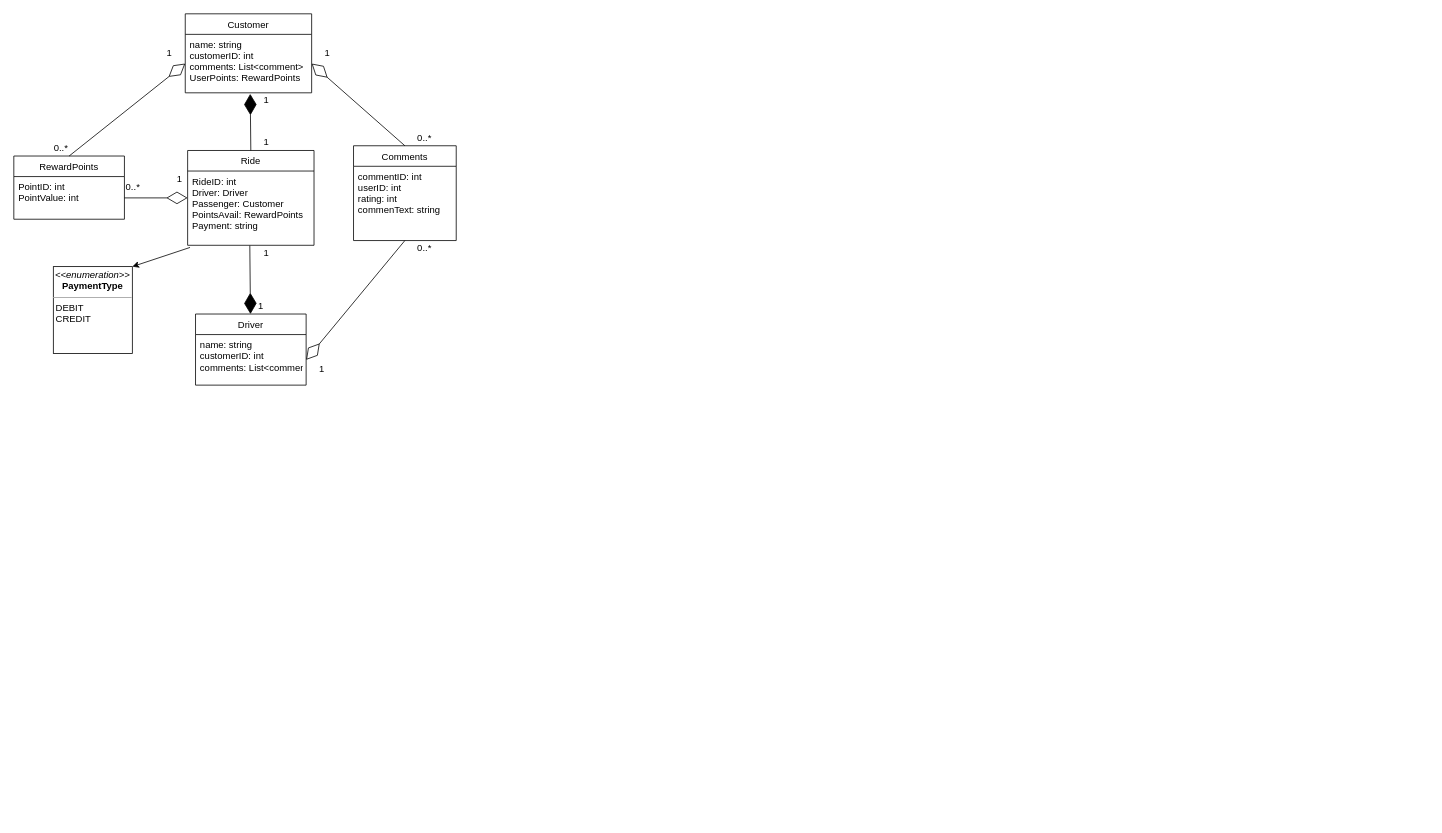
Earlier version of the draw.io diagram Credit6bDP1.drawio (LastMinuteBanter/DistinctionTaskUML). Source tidied: cells renumbered, new cells numbered last; positions are measured from the earlier drawing's top-left corner, leaving out a move shared by most shapes. Both pictures are drawn from the tidied source at 79%, with x=0, y=0 at pixel (13, 13).
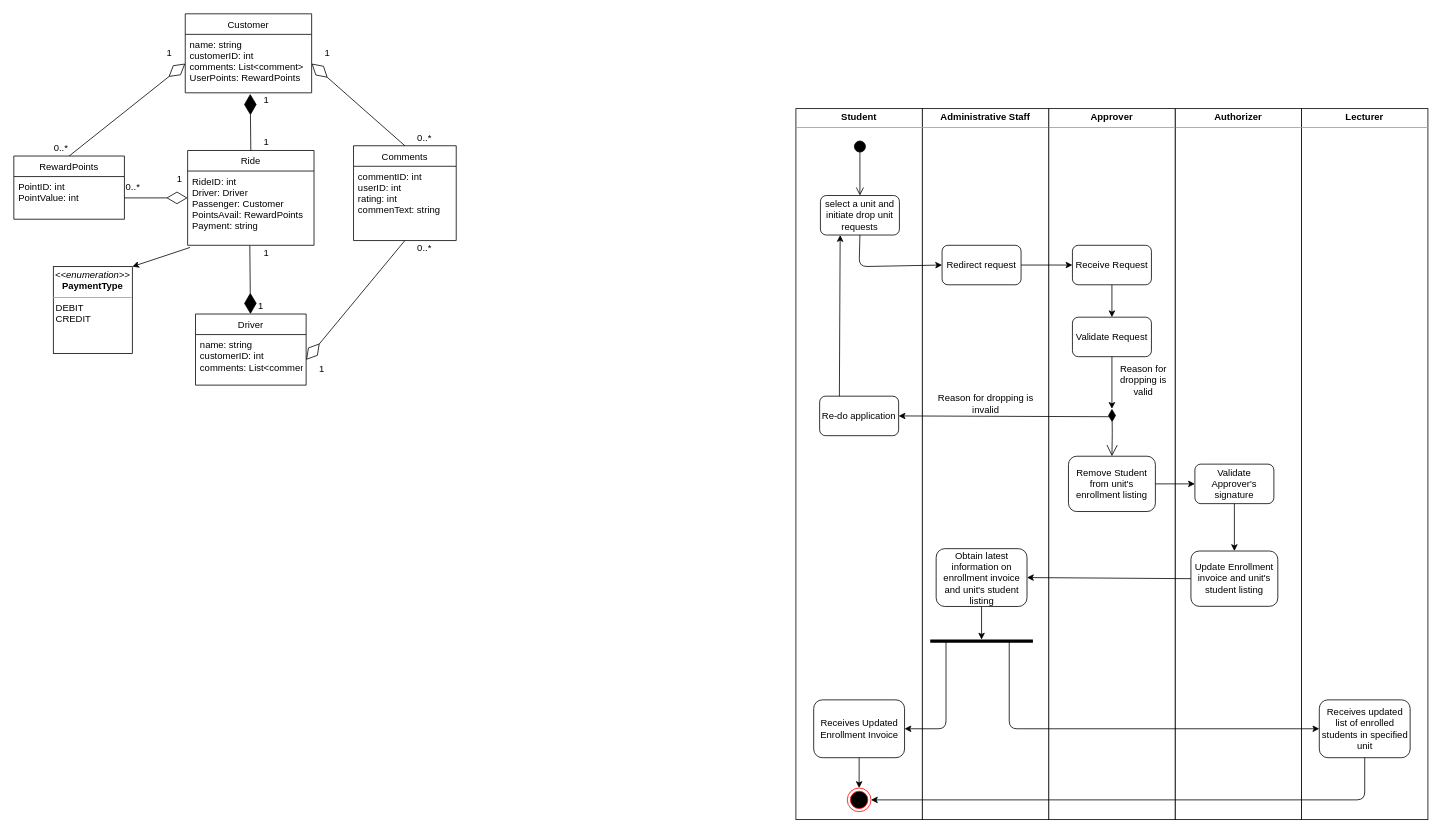
Above is the later version.

The edit, as a diff of the source:
```diff
@@
+    <mxCell id="32" value="&lt;p style=&quot;margin: 0px ; margin-top: 4px ; text-align: center&quot;&gt;&lt;b&gt;Authorizer&lt;/b&gt;&lt;br&gt;&lt;/p&gt;&lt;hr size=&quot;1&quot;&gt;&lt;div style=&quot;height: 2px&quot;&gt;&lt;/div&gt;" style="verticalAlign=top;align=left;overflow=fill;fontSize=12;fontFamily=Helvetica;html=1;" parent="1" vertex="1">
+      <mxGeometry x="1470" y="120" width="160" height="900" as="geometry" />
+    </mxCell>
+    <mxCell id="33" value="&lt;p style=&quot;margin: 0px ; margin-top: 4px ; text-align: center&quot;&gt;&lt;b&gt;Approver&lt;/b&gt;&lt;/p&gt;&lt;hr size=&quot;1&quot;&gt;&lt;div style=&quot;height: 2px&quot;&gt;&lt;/div&gt;" style="verticalAlign=top;align=left;overflow=fill;fontSize=12;fontFamily=Helvetica;html=1;" parent="1" vertex="1">
+      <mxGeometry x="1310" y="120" width="160" height="900" as="geometry" />
+    </mxCell>
+    <mxCell id="34" value="&lt;p style=&quot;margin: 0px ; margin-top: 4px ; text-align: center&quot;&gt;&lt;b&gt;Student&lt;/b&gt;&lt;br&gt;&lt;/p&gt;&lt;hr size=&quot;1&quot;&gt;&lt;div style=&quot;height: 2px&quot;&gt;&lt;/div&gt;" style="verticalAlign=top;align=left;overflow=fill;fontSize=12;fontFamily=Helvetica;html=1;" parent="1" vertex="1">
+      <mxGeometry x="990" y="120" width="160" height="900" as="geometry" />
+    </mxCell>
+    <mxCell id="35" value="&lt;p style=&quot;margin: 0px ; margin-top: 4px ; text-align: center&quot;&gt;&lt;b&gt;Administrative Staff&lt;/b&gt;&lt;/p&gt;&lt;hr size=&quot;1&quot;&gt;&lt;div style=&quot;height: 2px&quot;&gt;&lt;/div&gt;" style="verticalAlign=top;align=left;overflow=fill;fontSize=12;fontFamily=Helvetica;html=1;" parent="1" vertex="1">
+      <mxGeometry x="1150" y="120" width="160" height="900" as="geometry" />
+    </mxCell>
+    <mxCell id="36" style="html=1;verticalAlign=bottom;startArrow=circle;startFill=1;endArrow=open;startSize=6;endSize=8;" parent="1" edge="1">
+      <mxGeometry relative="1" as="geometry">
+        <mxPoint x="1071" y="160" as="sourcePoint" />
+        <mxPoint x="1071" y="230" as="targetPoint" />
+      </mxGeometry>
+    </mxCell>
+    <mxCell id="37" value="&lt;span&gt;select a unit and initiate drop unit requests&lt;/span&gt;" style="rounded=1;whiteSpace=wrap;html=1;" parent="1" vertex="1">
+      <mxGeometry x="1021" y="230" width="100" height="50" as="geometry" />
+    </mxCell>
+    <mxCell id="38" style="endArrow=classic;html=1;exitX=0.5;exitY=1;exitDx=0;exitDy=0;entryX=0;entryY=0.5;entryDx=0;entryDy=0;" parent="1" edge="1" source="37" target="39">
+      <mxGeometry relative="1" as="geometry">
+        <Array as="points">
+          <mxPoint x="1070" y="320" />
+        </Array>
+      </mxGeometry>
+    </mxCell>
+    <mxCell id="39" value="Redirect request" style="rounded=1;whiteSpace=wrap;html=1;" parent="1" vertex="1">
+      <mxGeometry x="1175" y="293" width="100" height="50" as="geometry" />
+    </mxCell>
+    <mxCell id="40" value="Receive Request" style="rounded=1;whiteSpace=wrap;html=1;" parent="1" vertex="1">
+      <mxGeometry x="1340" y="293" width="100" height="50" as="geometry" />
+    </mxCell>
+    <mxCell id="41" value="Validate Request" style="rounded=1;whiteSpace=wrap;html=1;" parent="1" vertex="1">
+      <mxGeometry x="1340" y="384" width="100" height="50" as="geometry" />
+    </mxCell>
+    <mxCell id="42" value="&lt;p style=&quot;margin: 0px ; margin-top: 4px ; text-align: center&quot;&gt;&lt;b&gt;Lecturer&lt;/b&gt;&lt;/p&gt;&lt;hr size=&quot;1&quot;&gt;&lt;div style=&quot;height: 2px&quot;&gt;&lt;/div&gt;" style="verticalAlign=top;align=left;overflow=fill;fontSize=12;fontFamily=Helvetica;html=1;" parent="1" vertex="1">
+      <mxGeometry x="1630" y="120" width="160" height="900" as="geometry" />
+    </mxCell>
+    <mxCell id="43" value="Remove Student from unit's enrollment listing" style="rounded=1;whiteSpace=wrap;html=1;" parent="1" vertex="1">
+      <mxGeometry x="1335" y="560" width="110" height="70" as="geometry" />
+    </mxCell>
+    <mxCell id="44" value="Validate Approver's signature" style="rounded=1;whiteSpace=wrap;html=1;" parent="1" vertex="1">
+      <mxGeometry x="1495" y="570" width="100" height="50" as="geometry" />
+    </mxCell>
+    <mxCell id="45" value="Update Enrollment invoice and unit's student listing " style="rounded=1;whiteSpace=wrap;html=1;" parent="1" vertex="1">
+      <mxGeometry x="1490" y="680" width="110" height="70" as="geometry" />
+    </mxCell>
+    <mxCell id="46" style="endArrow=classic;html=1;exitX=1;exitY=0.5;exitDx=0;exitDy=0;entryX=0;entryY=0.5;entryDx=0;entryDy=0;" parent="1" edge="1" source="39" target="40">
+      <mxGeometry relative="1" as="geometry" />
+    </mxCell>
+    <mxCell id="47" style="endArrow=classic;html=1;exitX=0.5;exitY=1;exitDx=0;exitDy=0;entryX=0.5;entryY=0;entryDx=0;entryDy=0;" parent="1" edge="1" source="40" target="41">
+      <mxGeometry relative="1" as="geometry" />
+    </mxCell>
+    <mxCell id="48" style="endArrow=classic;html=1;exitX=1;exitY=0.5;exitDx=0;exitDy=0;entryX=0;entryY=0.5;entryDx=0;entryDy=0;" parent="1" edge="1" source="43" target="44">
+      <mxGeometry relative="1" as="geometry" />
+    </mxCell>
+    <mxCell id="49" style="endArrow=classic;html=1;exitX=0.5;exitY=1;exitDx=0;exitDy=0;entryX=0.5;entryY=0;entryDx=0;entryDy=0;" parent="1" edge="1" source="44" target="45">
+      <mxGeometry relative="1" as="geometry" />
+    </mxCell>
+    <mxCell id="50" style="endArrow=open;html=1;endSize=12;startArrow=diamondThin;startSize=14;startFill=1;edgeStyle=orthogonalEdgeStyle;align=left;verticalAlign=bottom;entryX=0.5;entryY=0;entryDx=0;entryDy=0;" parent="1" edge="1" target="43">
+      <mxGeometry x="-1" y="14" relative="1" as="geometry">
+        <mxPoint x="1390" y="500" as="sourcePoint" />
+        <mxPoint x="-4" y="-10" as="offset" />
+      </mxGeometry>
+    </mxCell>
+    <mxCell id="51" style="endArrow=classic;html=1;exitX=0.5;exitY=1;exitDx=0;exitDy=0;" parent="1" edge="1" source="41">
+      <mxGeometry relative="1" as="geometry">
+        <mxPoint x="1390" y="500" as="targetPoint" />
+      </mxGeometry>
+    </mxCell>
+    <mxCell id="52" style="line;strokeWidth=4;html=1;perimeter=backbonePerimeter;points=[];outlineConnect=0;" parent="1" vertex="1">
+      <mxGeometry x="1160" y="790" width="130" height="8.1" as="geometry" />
+    </mxCell>
+    <mxCell id="53" value="Obtain latest information on enrollment invoice and unit's student listing" style="rounded=1;whiteSpace=wrap;html=1;" parent="1" vertex="1">
+      <mxGeometry x="1167.5" y="677" width="115" height="73.2" as="geometry" />
+    </mxCell>
+    <mxCell id="54" style="endArrow=classic;html=1;exitX=0.5;exitY=1;exitDx=0;exitDy=0;" parent="1" edge="1" source="53" target="52">
+      <mxGeometry relative="1" as="geometry" />
+    </mxCell>
+    <mxCell id="55" value="&lt;span&gt;Receives Updated Enrollment Invoice&lt;/span&gt;" style="rounded=1;whiteSpace=wrap;html=1;" parent="1" vertex="1">
+      <mxGeometry x="1012.5" y="868.4" width="115" height="73.2" as="geometry" />
+    </mxCell>
+    <mxCell id="56" style="endArrow=classic;html=1;entryX=1;entryY=0.5;entryDx=0;entryDy=0;" parent="1" edge="1" source="52" target="55">
+      <mxGeometry relative="1" as="geometry">
+        <Array as="points">
+          <mxPoint x="1180" y="905" />
+        </Array>
+      </mxGeometry>
+    </mxCell>
+    <mxCell id="57" value="&lt;span&gt;Receives updated list of enrolled students in specified unit&lt;/span&gt;" style="rounded=1;whiteSpace=wrap;html=1;" parent="1" vertex="1">
+      <mxGeometry x="1652.5" y="868.4" width="115" height="73.2" as="geometry" />
+    </mxCell>
+    <mxCell id="58" style="endArrow=classic;html=1;entryX=0;entryY=0.5;entryDx=0;entryDy=0;" parent="1" edge="1" source="52" target="57">
+      <mxGeometry relative="1" as="geometry">
+        <Array as="points">
+          <mxPoint x="1260" y="905" />
+        </Array>
+      </mxGeometry>
+    </mxCell>
+    <mxCell id="59" style="endArrow=classic;html=1;entryX=1;entryY=0.5;entryDx=0;entryDy=0;exitX=0;exitY=0.5;exitDx=0;exitDy=0;" parent="1" edge="1" source="45" target="53">
+      <mxGeometry relative="1" as="geometry" />
+    </mxCell>
+    <mxCell id="60" style="endArrow=classic;html=1;entryX=1;entryY=0.5;entryDx=0;entryDy=0;" parent="1" edge="1" target="61">
+      <mxGeometry relative="1" as="geometry">
+        <mxPoint x="1390" y="510" as="sourcePoint" />
+      </mxGeometry>
+    </mxCell>
+    <mxCell id="61" value="Re-do application " style="rounded=1;whiteSpace=wrap;html=1;" parent="1" vertex="1">
+      <mxGeometry x="1020" y="484" width="100" height="50" as="geometry" />
+    </mxCell>
+    <mxCell id="62" style="endArrow=classic;html=1;exitX=0.25;exitY=0;exitDx=0;exitDy=0;entryX=0.25;entryY=1;entryDx=0;entryDy=0;" parent="1" edge="1" source="61" target="37">
+      <mxGeometry relative="1" as="geometry" />
+    </mxCell>
+    <mxCell id="63" value="Reason for dropping is invalid" style="text;html=1;strokeColor=none;fillColor=none;align=center;verticalAlign=middle;whiteSpace=wrap;rounded=0;" parent="1" vertex="1">
+      <mxGeometry x="1157.5" y="484" width="145" height="20" as="geometry" />
+    </mxCell>
+    <mxCell id="64" value="Reason for dropping is valid" style="text;html=1;strokeColor=none;fillColor=none;align=center;verticalAlign=middle;whiteSpace=wrap;rounded=0;" parent="1" vertex="1">
+      <mxGeometry x="1390" y="434" width="80" height="60" as="geometry" />
+    </mxCell>
+    <mxCell id="65" style="ellipse;html=1;shape=endState;fillColor=#000000;strokeColor=#ff0000;" parent="1" vertex="1">
+      <mxGeometry x="1055" y="980" width="30" height="30" as="geometry" />
+    </mxCell>
+    <mxCell id="66" style="endArrow=classic;html=1;exitX=0.5;exitY=1;exitDx=0;exitDy=0;entryX=0.5;entryY=0;entryDx=0;entryDy=0;" parent="1" edge="1" source="55" target="65">
+      <mxGeometry relative="1" as="geometry" />
+    </mxCell>
+    <mxCell id="67" style="endArrow=classic;html=1;entryX=1;entryY=0.5;entryDx=0;entryDy=0;exitX=0.5;exitY=1;exitDx=0;exitDy=0;" parent="1" edge="1" source="57" target="65">
+      <mxGeometry relative="1" as="geometry">
+        <Array as="points">
+          <mxPoint x="1710" y="995" />
+        </Array>
+      </mxGeometry>
+    </mxCell>
```
